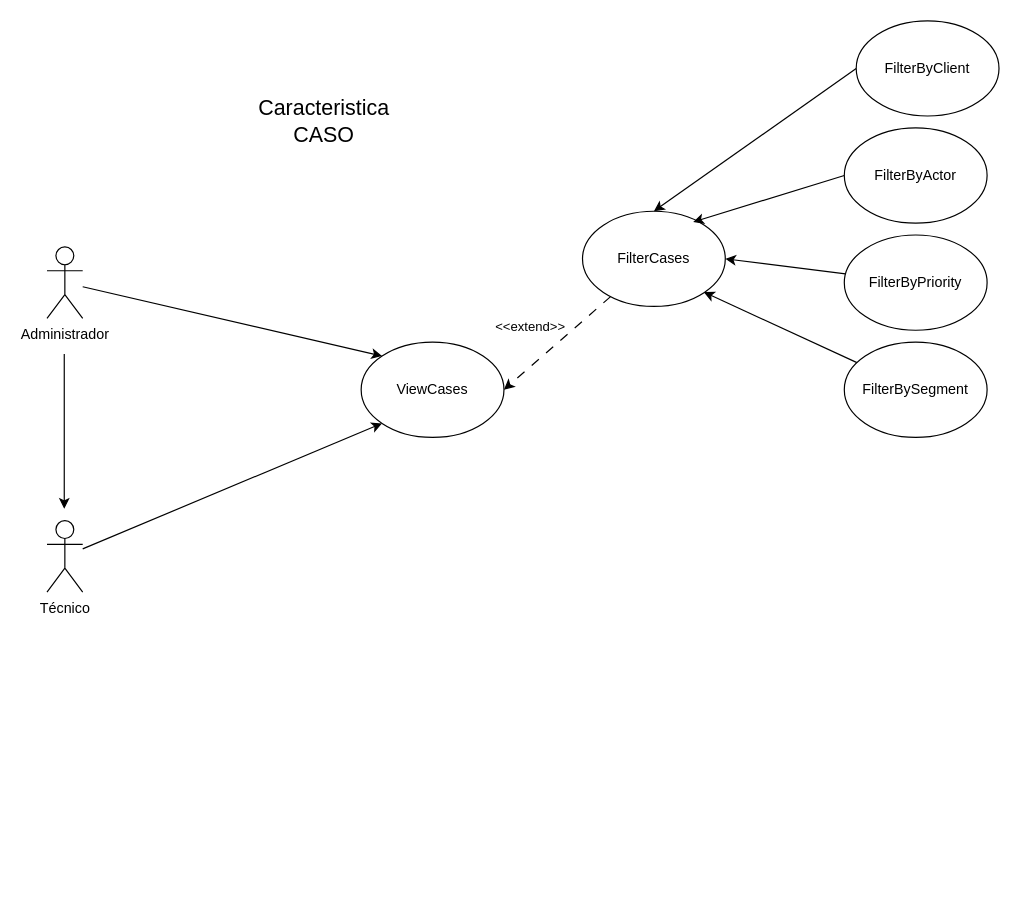
Before: docs/casos-uso/caso/CU-CASO.drawio in grupotecun-citec-wbeto/portal-tectrack-vite, a draw.io diagram. Source tidied: cells renumbered, new cells numbered last; positions are measured from the earlier drawing's top-left corner, leaving out a move shared by most shapes. Both pictures are drawn from the tidied source at 119%, with x=0, y=0 at pixel (46, 20).
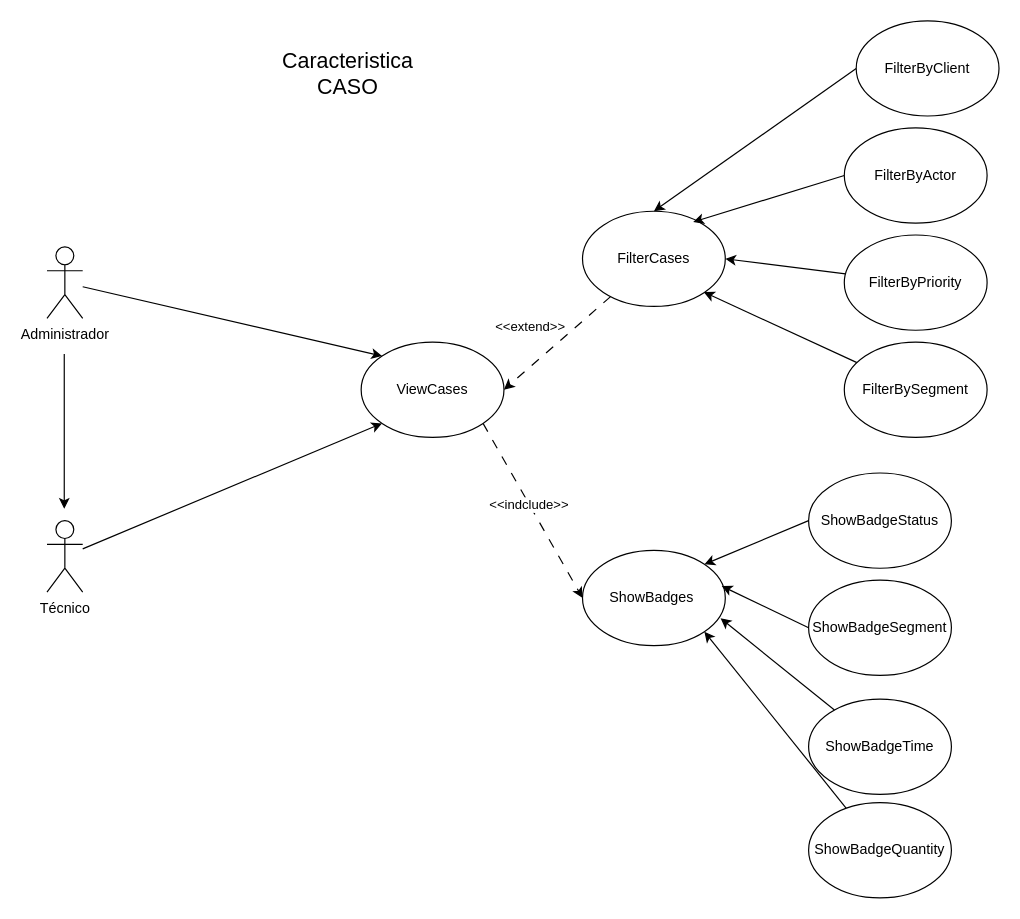
The same diagram, later.

Unchanged cells that the change refers to:
```xml
<mxCell id="6" value="ViewCases" style="ellipse;whiteSpace=wrap;html=1;" parent="1" vertex="1">
  <mxGeometry x="264" y="270" width="120" height="80" as="geometry" />
</mxCell>
```

Change to the diagram source:
```diff
@@
+    <mxCell id="20" style="rounded=0;jettySize=auto;html=1;exitX=1;exitY=1;exitDx=0;exitDy=0;entryX=0;entryY=0.5;entryDx=0;entryDy=0;dashed=1;dashPattern=8 8;" parent="1" edge="1" source="6" target="22">
+      <mxGeometry relative="1" as="geometry" />
+    </mxCell>
+    <mxCell id="21" value="&amp;lt;&amp;lt;indclude&amp;gt;&amp;gt;" style="edgeLabel;html=1;align=center;verticalAlign=middle;" parent="20" vertex="1">
+      <mxGeometry x="-0.08" y="-1" relative="1" as="geometry" />
+    </mxCell>
@@
     <mxCell id="8" value="&lt;font style=&quot;font-size: 18px;&quot;&gt;Caracteristica&lt;/font&gt;&lt;div&gt;&lt;font style=&quot;font-size: 18px;&quot;&gt;CASO&lt;/font&gt;&lt;/div&gt;" style="text;html=1;align=center;verticalAlign=middle;whiteSpace=wrap;rounded=0;" parent="1" vertex="1">
-      <mxGeometry x="130" y="70" width="206" height="30" as="geometry" />
+      <mxGeometry x="150" y="30" width="206" height="30" as="geometry" />
     </mxCell>
@@
+    <mxCell id="22" value="ShowBadges&amp;nbsp;" style="ellipse;whiteSpace=wrap;html=1;" parent="1" vertex="1">
+      <mxGeometry x="450" y="445" width="120" height="80" as="geometry" />
+    </mxCell>
+    <mxCell id="23" style="rounded=0;jettySize=auto;html=1;exitX=0;exitY=0.5;exitDx=0;exitDy=0;entryX=1;entryY=0;entryDx=0;entryDy=0;" parent="1" edge="1" source="24" target="22">
+      <mxGeometry relative="1" as="geometry" />
+    </mxCell>
+    <mxCell id="24" value="ShowBadgeStatus" style="ellipse;whiteSpace=wrap;html=1;" parent="1" vertex="1">
+      <mxGeometry x="640" y="380" width="120" height="80" as="geometry" />
+    </mxCell>
+    <mxCell id="25" style="rounded=0;jettySize=auto;html=1;exitX=0;exitY=0.5;exitDx=0;exitDy=0;entryX=0.975;entryY=0.375;entryDx=0;entryDy=0;entryPerimeter=0;" parent="1" edge="1" source="26" target="22">
+      <mxGeometry relative="1" as="geometry" />
+    </mxCell>
+    <mxCell id="26" value="ShowBadgeSegment" style="ellipse;whiteSpace=wrap;html=1;" parent="1" vertex="1">
+      <mxGeometry x="640" y="470" width="120" height="80" as="geometry" />
+    </mxCell>
+    <mxCell id="27" style="rounded=0;jettySize=auto;html=1;entryX=0.967;entryY=0.713;entryDx=0;entryDy=0;entryPerimeter=0;" parent="1" edge="1" source="28" target="22">
+      <mxGeometry relative="1" as="geometry" />
+    </mxCell>
+    <mxCell id="28" value="ShowBadgeTime" style="ellipse;whiteSpace=wrap;html=1;" parent="1" vertex="1">
+      <mxGeometry x="640" y="570" width="120" height="80" as="geometry" />
+    </mxCell>
+    <mxCell id="29" style="rounded=0;jettySize=auto;html=1;entryX=1;entryY=1;entryDx=0;entryDy=0;" parent="1" edge="1" source="30" target="22">
+      <mxGeometry relative="1" as="geometry" />
+    </mxCell>
+    <mxCell id="30" value="ShowBadgeQuantity" style="ellipse;whiteSpace=wrap;html=1;" parent="1" vertex="1">
+      <mxGeometry x="640" y="657" width="120" height="80" as="geometry" />
+    </mxCell>
```
